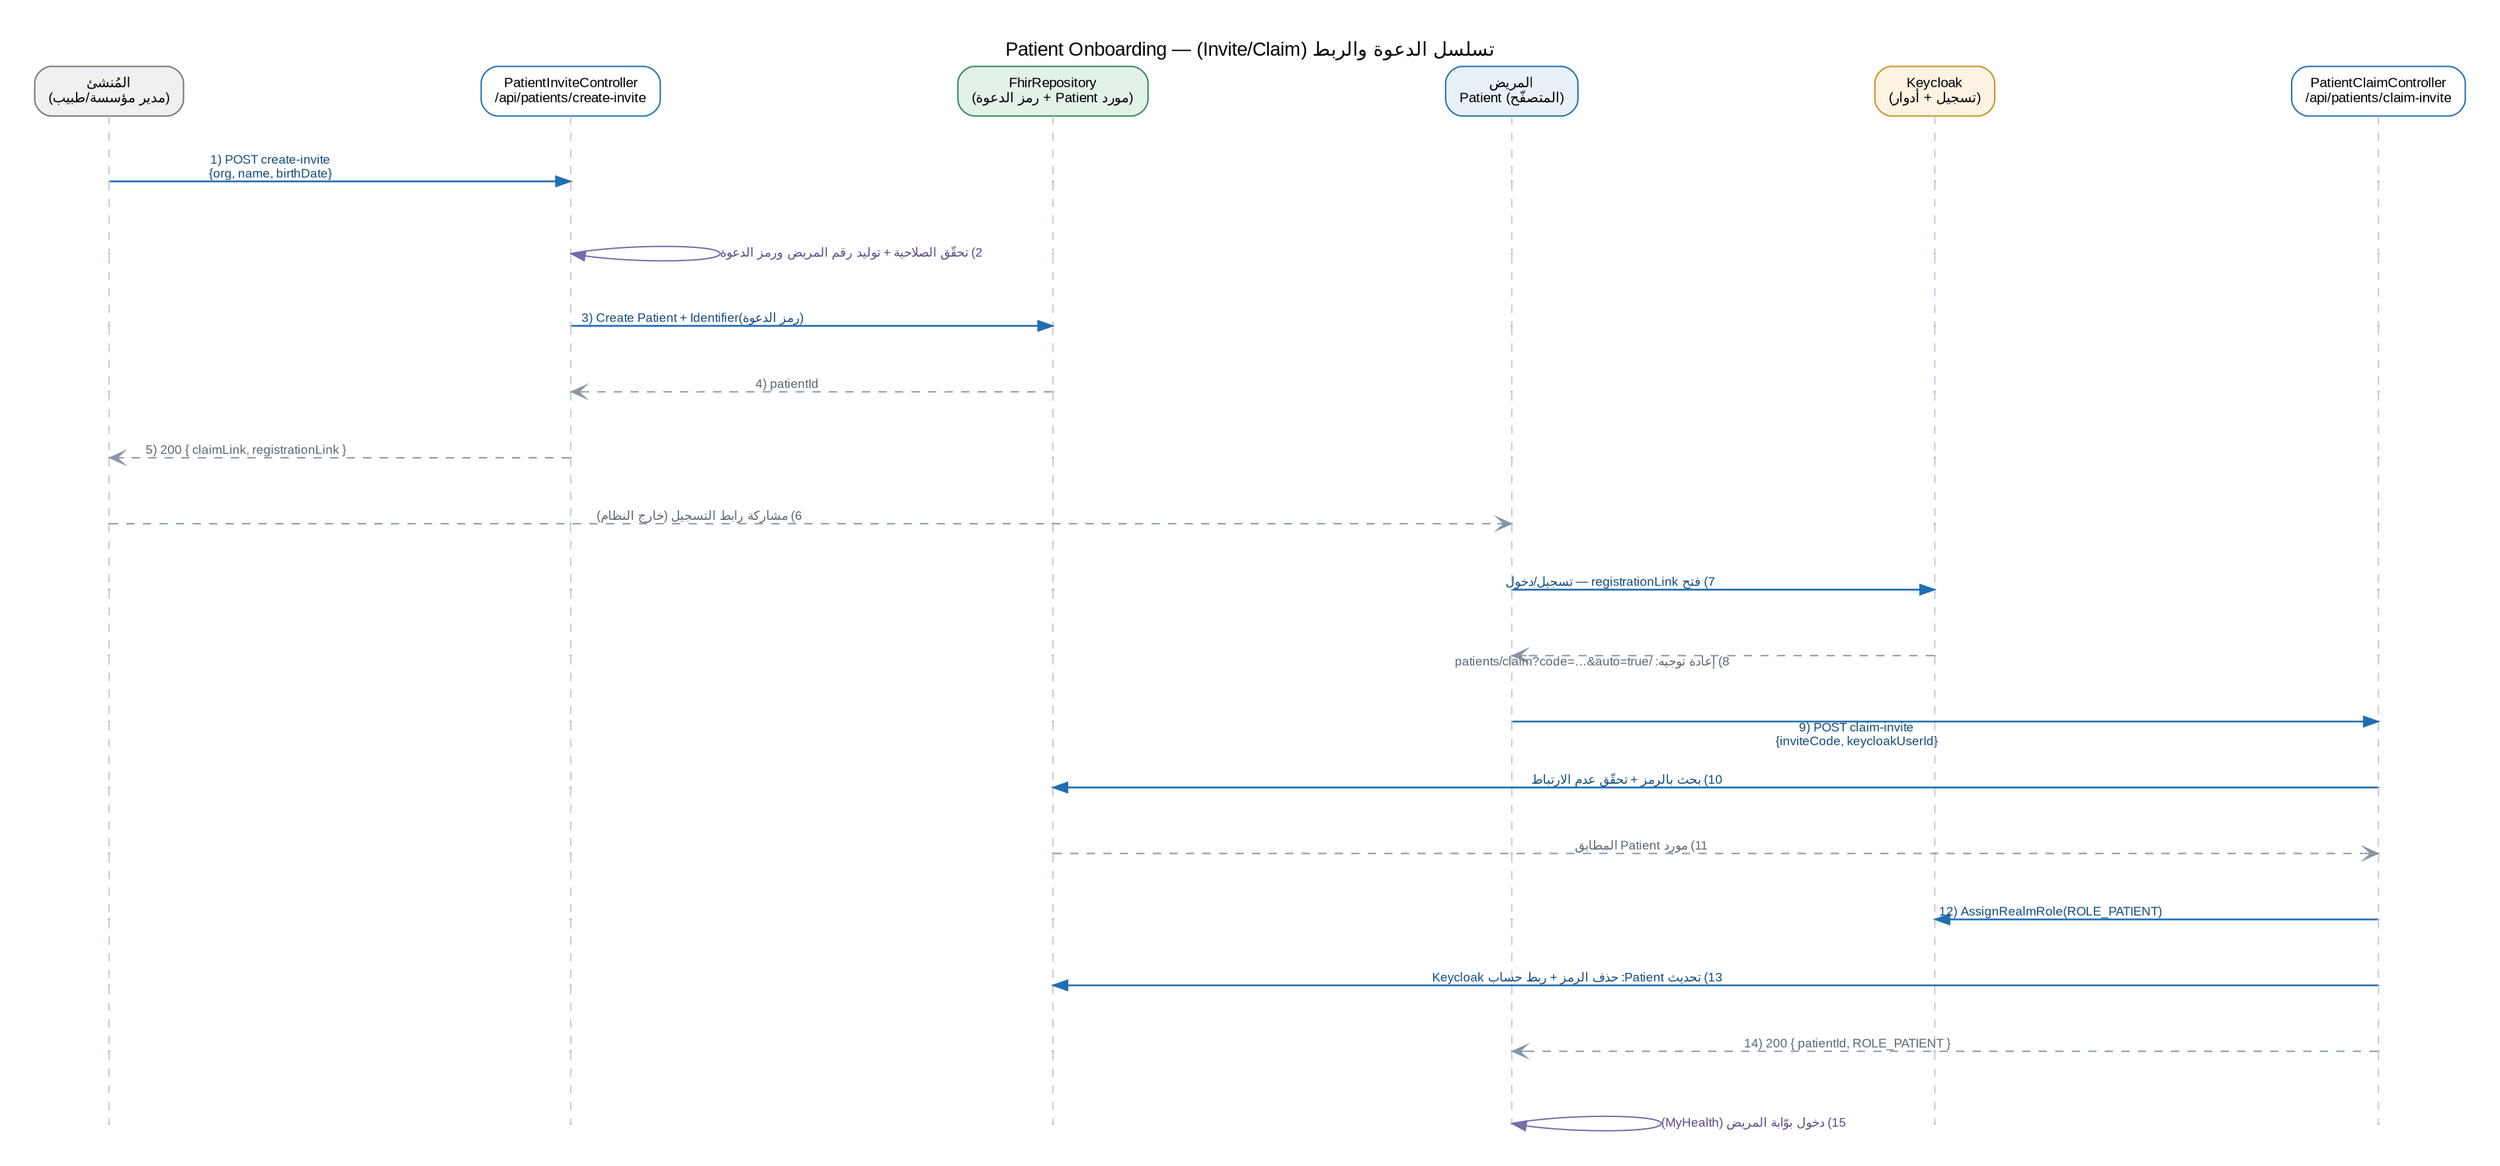
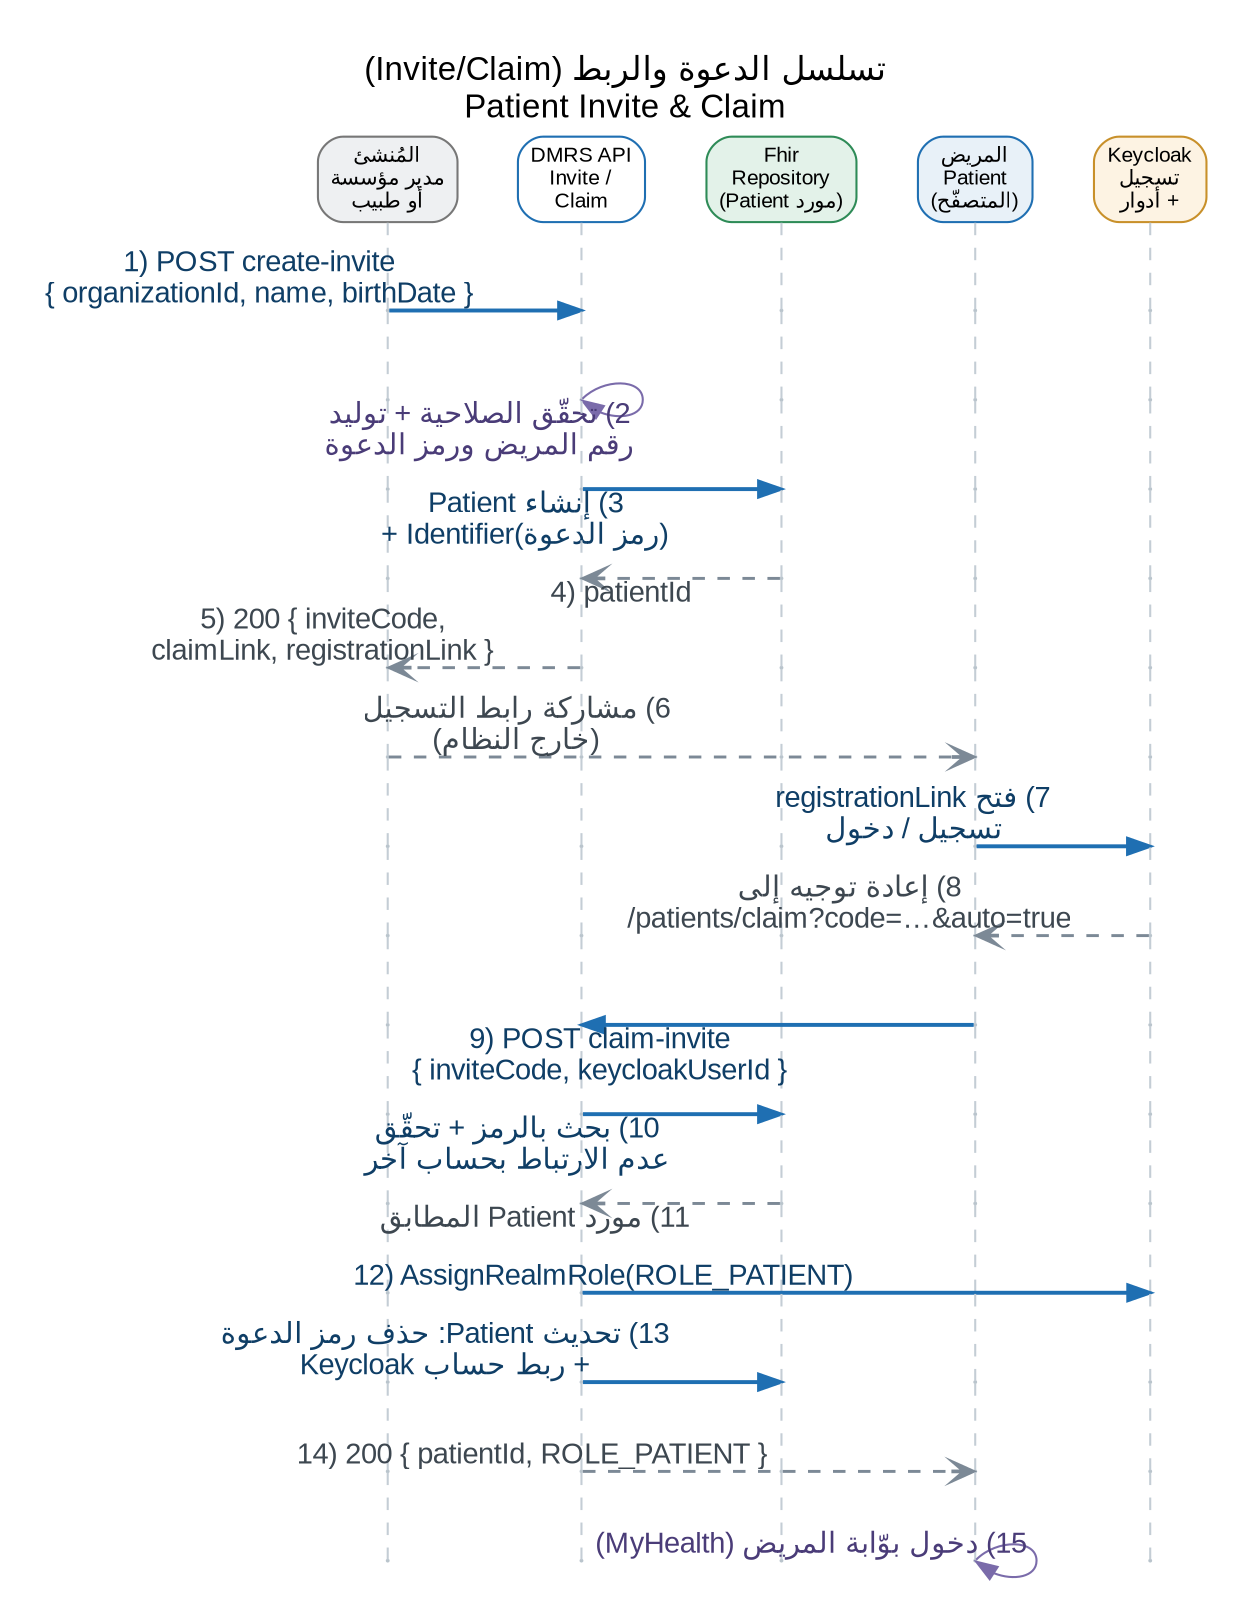
// AUTO-GENERATED sequence diagram — verified against source (see README).
// Invite: PatientInviteController writes an invite-code Identifier. Claim: Keycloak register -> PatientClaimController links account + assigns ROLE_PATIENT.
- // Render: dot -Tpng seq-invite-claim.dot -o seq-invite-claim.png  &&  dot -Tsvg seq-invite-claim.dot -o seq-invite-claim.svg
+ // SIZED FOR PRINT: placed ~6.27in wide in كتاب المشروع (A4 portrait).
+ // Natural width ~9in => ~9-10pt message text on the page. If you edit this file,
+ // keep the header labels SHORT and the column count at 5 — the header boxes set
+ // the width, and every extra inch of width shrinks the text on the page.
+ // Render: dot -Tsvg seq-invite-claim.dot -o seq-invite-claim.svg  &&  dot -Gdpi=200 -Tpng seq-invite-claim.dot -o seq-invite-claim.png
digraph SEQ {
  rankdir=TB;
-   graph [fontname="Arial", fontsize=14, labelloc="t", label="تسلسل الدعوة والربط (Invite/Claim) — Patient Onboarding",
-          pad=0.35, nodesep=1.5, ranksep=0.62, splines=line, forcelabels=true];
-   edge [fontname="Arial", fontsize=9];
+   graph [fontname="Arial", fontsize=16, labelloc="t", label="تسلسل الدعوة والربط (Invite/Claim)\nPatient Invite & Claim",
+          pad=0.3, nodesep=0.40, ranksep=0.58, splines=line, forcelabels=false];
+   edge [fontname="Arial", fontsize=14];
  node [fontname="Arial", fontsize=10];

-   // participants
+   // participants — short labels keep the diagram narrow (see header note)
  { rank=same;
    H_staff [shape=box, style="rounded,filled", fillcolor="#EEF0F2", color="#777777",
-           fontcolor="black", margin="0.14,0.08", label="المُنشئ\n(مدير مؤسسة/طبيب)"];
-     H_inv [shape=box, style="rounded,filled", fillcolor="#FFFFFF", color="#1F6FB2",
-           fontcolor="black", margin="0.14,0.08", label="PatientInviteController\n/api/patients/create-invite"];
+           fontcolor="black", margin="0.09,0.06", label="المُنشئ\nمدير مؤسسة\nأو طبيب"];
+     H_api [shape=box, style="rounded,filled", fillcolor="#FFFFFF", color="#1F6FB2",
+           fontcolor="black", margin="0.09,0.06", label="DMRS API\nInvite /\nClaim"];
    H_repo [shape=box, style="rounded,filled", fillcolor="#E3F2E9", color="#2E8B57",
-           fontcolor="black", margin="0.14,0.08", label="FhirRepository\n(مورد Patient + رمز الدعوة)"];
+           fontcolor="black", margin="0.09,0.06", label="Fhir\nRepository\n(مورد Patient)"];
    H_pat [shape=box, style="rounded,filled", fillcolor="#E8F1F8", color="#1F6FB2",
-           fontcolor="black", margin="0.14,0.08", label="المريض\nPatient (المتصفّح)"];
+           fontcolor="black", margin="0.09,0.06", label="المريض\nPatient\n(المتصفّح)"];
    H_kc [shape=box, style="rounded,filled", fillcolor="#FDF3E3", color="#C8902A",
-           fontcolor="black", margin="0.14,0.08", label="Keycloak\n(تسجيل + أدوار)"];
-     H_clm [shape=box, style="rounded,filled", fillcolor="#FFFFFF", color="#1F6FB2",
-           fontcolor="black", margin="0.14,0.08", label="PatientClaimController\n/api/patients/claim-invite"];
+           fontcolor="black", margin="0.09,0.06", label="Keycloak\nتسجيل\n+ أدوار"];
  }
-   H_staff -> H_inv -> H_repo -> H_pat -> H_kc -> H_clm [style=invis, weight=50];
+   H_staff -> H_api -> H_repo -> H_pat -> H_kc [style=invis, weight=50];

  // lifeline nodes (invisible points)
  node [shape=point, width=0.012, color="#B9C4CC"];
-   { rank=same; staff_1 inv_1 repo_1 pat_1 kc_1 clm_1 }
-   { rank=same; staff_2 inv_2 repo_2 pat_2 kc_2 clm_2 }
-   { rank=same; staff_3 inv_3 repo_3 pat_3 kc_3 clm_3 }
-   { rank=same; staff_4 inv_4 repo_4 pat_4 kc_4 clm_4 }
-   { rank=same; staff_5 inv_5 repo_5 pat_5 kc_5 clm_5 }
-   { rank=same; staff_6 inv_6 repo_6 pat_6 kc_6 clm_6 }
-   { rank=same; staff_7 inv_7 repo_7 pat_7 kc_7 clm_7 }
-   { rank=same; staff_8 inv_8 repo_8 pat_8 kc_8 clm_8 }
-   { rank=same; staff_9 inv_9 repo_9 pat_9 kc_9 clm_9 }
-   { rank=same; staff_10 inv_10 repo_10 pat_10 kc_10 clm_10 }
-   { rank=same; staff_11 inv_11 repo_11 pat_11 kc_11 clm_11 }
-   { rank=same; staff_12 inv_12 repo_12 pat_12 kc_12 clm_12 }
-   { rank=same; staff_13 inv_13 repo_13 pat_13 kc_13 clm_13 }
-   { rank=same; staff_14 inv_14 repo_14 pat_14 kc_14 clm_14 }
-   { rank=same; staff_15 inv_15 repo_15 pat_15 kc_15 clm_15 }
+   { rank=same; staff_1 api_1 repo_1 pat_1 kc_1 }
+   { rank=same; staff_2 api_2 repo_2 pat_2 kc_2 }
+   { rank=same; staff_3 api_3 repo_3 pat_3 kc_3 }
+   { rank=same; staff_4 api_4 repo_4 pat_4 kc_4 }
+   { rank=same; staff_5 api_5 repo_5 pat_5 kc_5 }
+   { rank=same; staff_6 api_6 repo_6 pat_6 kc_6 }
+   { rank=same; staff_7 api_7 repo_7 pat_7 kc_7 }
+   { rank=same; staff_8 api_8 repo_8 pat_8 kc_8 }
+   { rank=same; staff_9 api_9 repo_9 pat_9 kc_9 }
+   { rank=same; staff_10 api_10 repo_10 pat_10 kc_10 }
+   { rank=same; staff_11 api_11 repo_11 pat_11 kc_11 }
+   { rank=same; staff_12 api_12 repo_12 pat_12 kc_12 }
+   { rank=same; staff_13 api_13 repo_13 pat_13 kc_13 }
+   { rank=same; staff_14 api_14 repo_14 pat_14 kc_14 }
+   { rank=same; staff_15 api_15 repo_15 pat_15 kc_15 }

  // lifelines
  H_staff -> staff_1 -> staff_2 -> staff_3 -> staff_4 -> staff_5 -> staff_6 -> staff_7 -> staff_8 -> staff_9 -> staff_10 -> staff_11 -> staff_12 -> staff_13 -> staff_14 -> staff_15 [style=dashed, color="#C4CDD5", arrowhead=none, weight=100];
-   H_inv -> inv_1 -> inv_2 -> inv_3 -> inv_4 -> inv_5 -> inv_6 -> inv_7 -> inv_8 -> inv_9 -> inv_10 -> inv_11 -> inv_12 -> inv_13 -> inv_14 -> inv_15 [style=dashed, color="#C4CDD5", arrowhead=none, weight=100];
+   H_api -> api_1 -> api_2 -> api_3 -> api_4 -> api_5 -> api_6 -> api_7 -> api_8 -> api_9 -> api_10 -> api_11 -> api_12 -> api_13 -> api_14 -> api_15 [style=dashed, color="#C4CDD5", arrowhead=none, weight=100];
  H_repo -> repo_1 -> repo_2 -> repo_3 -> repo_4 -> repo_5 -> repo_6 -> repo_7 -> repo_8 -> repo_9 -> repo_10 -> repo_11 -> repo_12 -> repo_13 -> repo_14 -> repo_15 [style=dashed, color="#C4CDD5", arrowhead=none, weight=100];
  H_pat -> pat_1 -> pat_2 -> pat_3 -> pat_4 -> pat_5 -> pat_6 -> pat_7 -> pat_8 -> pat_9 -> pat_10 -> pat_11 -> pat_12 -> pat_13 -> pat_14 -> pat_15 [style=dashed, color="#C4CDD5", arrowhead=none, weight=100];
  H_kc -> kc_1 -> kc_2 -> kc_3 -> kc_4 -> kc_5 -> kc_6 -> kc_7 -> kc_8 -> kc_9 -> kc_10 -> kc_11 -> kc_12 -> kc_13 -> kc_14 -> kc_15 [style=dashed, color="#C4CDD5", arrowhead=none, weight=100];
-   H_clm -> clm_1 -> clm_2 -> clm_3 -> clm_4 -> clm_5 -> clm_6 -> clm_7 -> clm_8 -> clm_9 -> clm_10 -> clm_11 -> clm_12 -> clm_13 -> clm_14 -> clm_15 [style=dashed, color="#C4CDD5", arrowhead=none, weight=100];

  // messages
-   staff_1 -> inv_1 [xlabel="1) POST create-invite\n{org, name, birthDate}", constraint=false, color="#1F6FB2", fontcolor="#154D7C", penwidth=1.3];
-   inv_2 -> inv_2 [label="2) تحقّق الصلاحية + توليد رقم المريض ورمز الدعوة", constraint=false, color="#7A6BAA", fontcolor="#5B4C8A"];
-   inv_3 -> repo_3 [xlabel="3) Create Patient + Identifier(رمز الدعوة)", constraint=false, color="#1F6FB2", fontcolor="#154D7C", penwidth=1.3];
-   repo_4 -> inv_4 [xlabel="4) patientId", constraint=false, style=dashed, color="#8A97A3", fontcolor="#5C6773", arrowhead=vee];
-   inv_5 -> staff_5 [xlabel="5) 200 { claimLink, registrationLink }", constraint=false, style=dashed, color="#8A97A3", fontcolor="#5C6773", arrowhead=vee];
-   staff_6 -> pat_6 [xlabel="6) مشاركة رابط التسجيل (خارج النظام)", constraint=false, style=dashed, color="#8A97A3", fontcolor="#5C6773", arrowhead=vee];
-   pat_7 -> kc_7 [xlabel="7) فتح registrationLink — تسجيل/دخول", constraint=false, color="#1F6FB2", fontcolor="#154D7C", penwidth=1.3];
-   kc_8 -> pat_8 [xlabel="8) إعادة توجيه: /patients/claim?code=…&auto=true", constraint=false, style=dashed, color="#8A97A3", fontcolor="#5C6773", arrowhead=vee];
-   pat_9 -> clm_9 [xlabel="9) POST claim-invite\n{inviteCode, keycloakUserId}", constraint=false, color="#1F6FB2", fontcolor="#154D7C", penwidth=1.3];
-   clm_10 -> repo_10 [xlabel="10) بحث بالرمز + تحقّق عدم الارتباط", constraint=false, color="#1F6FB2", fontcolor="#154D7C", penwidth=1.3];
-   repo_11 -> clm_11 [xlabel="11) مورد Patient المطابق", constraint=false, style=dashed, color="#8A97A3", fontcolor="#5C6773", arrowhead=vee];
-   clm_12 -> kc_12 [xlabel="12) AssignRealmRole(ROLE_PATIENT)", constraint=false, color="#1F6FB2", fontcolor="#154D7C", penwidth=1.3];
-   clm_13 -> repo_13 [xlabel="13) تحديث Patient: حذف الرمز + ربط حساب Keycloak", constraint=false, color="#1F6FB2", fontcolor="#154D7C", penwidth=1.3];
-   clm_14 -> pat_14 [xlabel="14) 200 { patientId, ROLE_PATIENT }", constraint=false, style=dashed, color="#8A97A3", fontcolor="#5C6773", arrowhead=vee];
-   pat_15 -> pat_15 [label="15) دخول بوّابة المريض (MyHealth)", constraint=false, color="#7A6BAA", fontcolor="#5B4C8A"];
+   staff_1 -> api_1 [xlabel="1) POST create-invite\n{ organizationId, name, birthDate }", constraint=false, color="#1F6FB2", fontcolor="#0F3E66", penwidth=1.9];
+   api_2 -> api_2 [xlabel="2) تحقّق الصلاحية + توليد\nرقم المريض ورمز الدعوة", constraint=false, color="#7A6BAA", fontcolor="#4A3C78"];
+   api_3 -> repo_3 [xlabel="3) إنشاء Patient\n+ Identifier(رمز الدعوة)", constraint=false, color="#1F6FB2", fontcolor="#0F3E66", penwidth=1.9];
+   repo_4 -> api_4 [xlabel="4) patientId", constraint=false, style=dashed, color="#7C8996", fontcolor="#3D4750", arrowhead=vee, penwidth=1.4];
+   api_5 -> staff_5 [xlabel="5) 200 { inviteCode,\nclaimLink, registrationLink }", constraint=false, style=dashed, color="#7C8996", fontcolor="#3D4750", arrowhead=vee, penwidth=1.4];
+   staff_6 -> pat_6 [xlabel="6) مشاركة رابط التسجيل\n(خارج النظام)", constraint=false, style=dashed, color="#7C8996", fontcolor="#3D4750", arrowhead=vee, penwidth=1.4];
+   pat_7 -> kc_7 [xlabel="7) فتح registrationLink\nتسجيل / دخول", constraint=false, color="#1F6FB2", fontcolor="#0F3E66", penwidth=1.9];
+   kc_8 -> pat_8 [xlabel="8) إعادة توجيه إلى\n/patients/claim?code=…&auto=true", constraint=false, style=dashed, color="#7C8996", fontcolor="#3D4750", arrowhead=vee, penwidth=1.4];
+   pat_9 -> api_9 [xlabel="9) POST claim-invite\n{ inviteCode, keycloakUserId }", constraint=false, color="#1F6FB2", fontcolor="#0F3E66", penwidth=1.9];
+   api_10 -> repo_10 [xlabel="10) بحث بالرمز + تحقّق\nعدم الارتباط بحساب آخر", constraint=false, color="#1F6FB2", fontcolor="#0F3E66", penwidth=1.9];
+   repo_11 -> api_11 [xlabel="11) مورد Patient المطابق", constraint=false, style=dashed, color="#7C8996", fontcolor="#3D4750", arrowhead=vee, penwidth=1.4];
+   api_12 -> kc_12 [xlabel="12) AssignRealmRole(ROLE_PATIENT)", constraint=false, color="#1F6FB2", fontcolor="#0F3E66", penwidth=1.9];
+   api_13 -> repo_13 [xlabel="13) تحديث Patient: حذف رمز الدعوة\n+ ربط حساب Keycloak", constraint=false, color="#1F6FB2", fontcolor="#0F3E66", penwidth=1.9];
+   api_14 -> pat_14 [xlabel="14) 200 { patientId, ROLE_PATIENT }", constraint=false, style=dashed, color="#7C8996", fontcolor="#3D4750", arrowhead=vee, penwidth=1.4];
+   pat_15 -> pat_15 [xlabel="15) دخول بوّابة المريض (MyHealth)", constraint=false, color="#7A6BAA", fontcolor="#4A3C78"];
}
